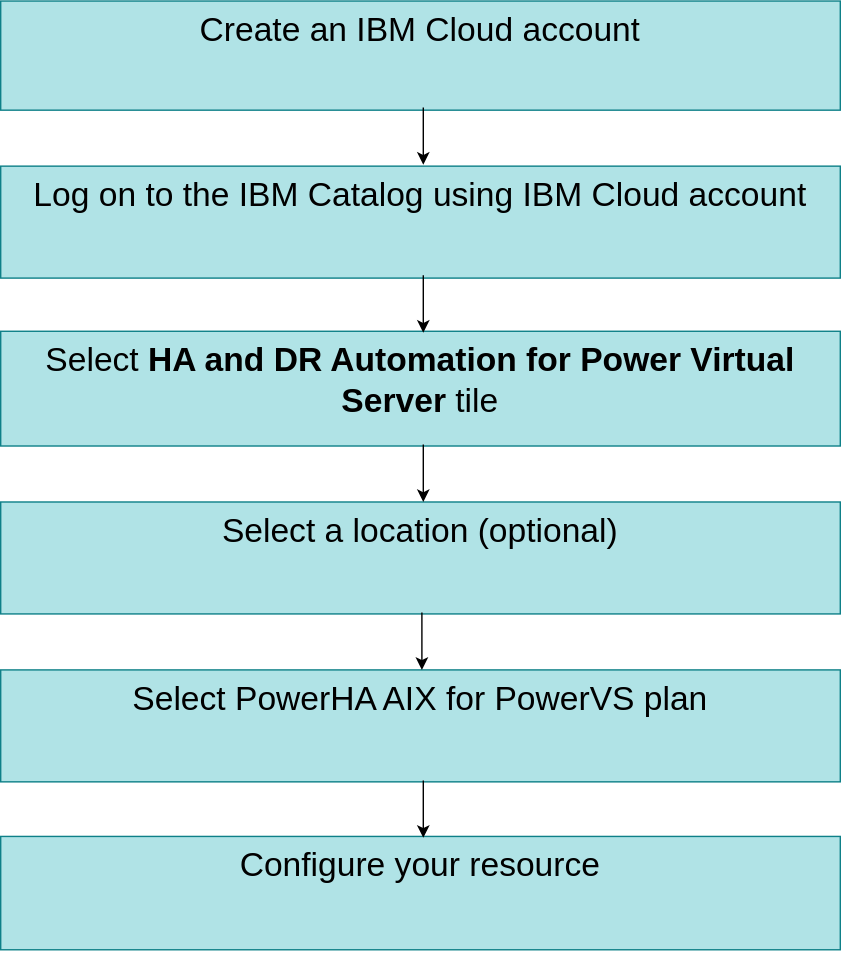
Before: images/Power-ha-suits-flow-diagram.svg, a diagram exported from draw.io (ibm-cloud-docs/dr-automation-powervs). Source tidied: cells renumbered, new cells last; positions are measured from the earlier drawing's top-left corner, leaving out a move shared by most shapes.
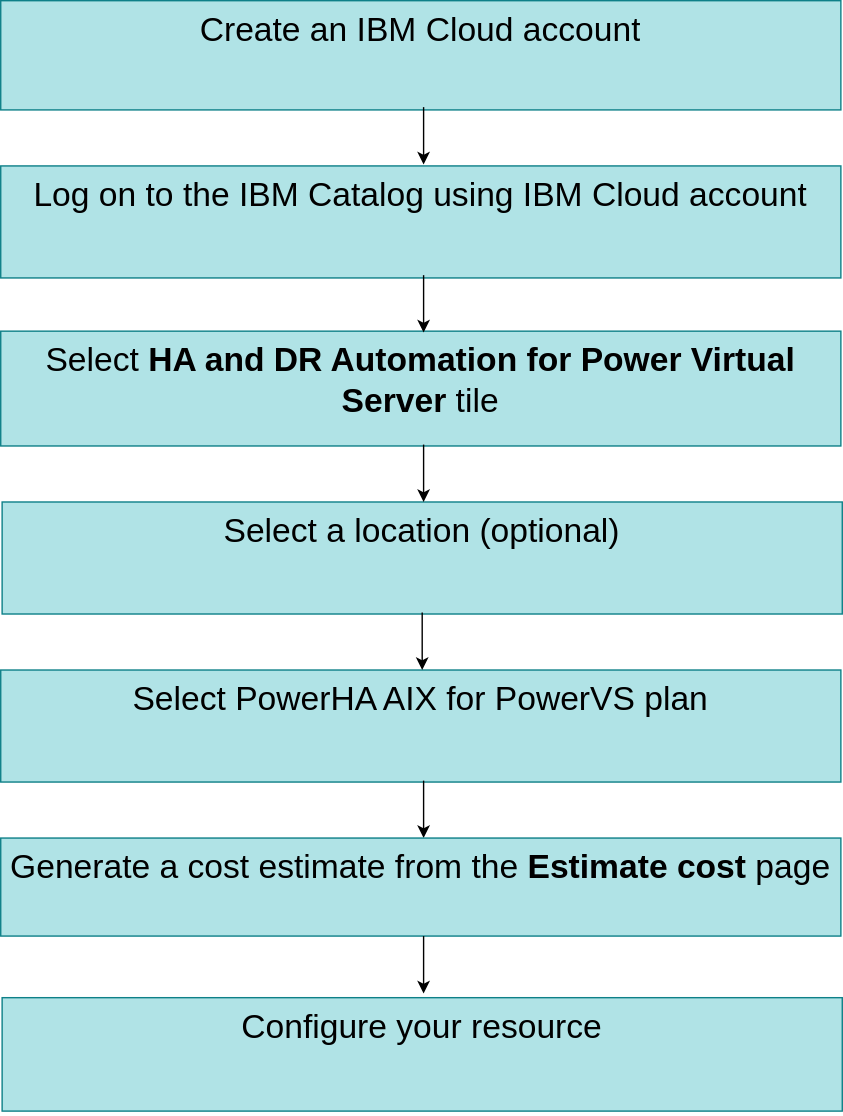
The same file after the commit.

What changed in the source:
```diff
@@ -12,13 +12,13 @@
       <mxGeometry y="478" width="600" height="80" as="geometry" />
     </mxCell>
     <mxCell id="5" value="&lt;font style=&quot;font-size: 24px;&quot;&gt;Configure your resource&lt;/font&gt;" style="text;html=1;whiteSpace=wrap;overflow=hidden;rounded=0;fillColor=#b0e3e6;strokeColor=#0e8088;align=center;" parent="1" vertex="1">
-      <mxGeometry y="597" width="600" height="81" as="geometry" />
+      <mxGeometry x="1" y="712" width="600" height="81" as="geometry" />
     </mxCell>
     <mxCell id="6" value="&lt;font style=&quot;font-size: 24px;&quot;&gt;Create an IBM Cloud account&lt;/font&gt;" style="text;html=1;whiteSpace=wrap;overflow=hidden;rounded=0;fillColor=#b0e3e6;strokeColor=#0e8088;align=center;" parent="1" vertex="1">
       <mxGeometry width="600" height="78" as="geometry" />
     </mxCell>
     <mxCell id="7" value="&lt;font style=&quot;font-size: 24px;&quot;&gt;Select a location (optional)&lt;/font&gt;" style="text;html=1;whiteSpace=wrap;overflow=hidden;rounded=0;fillColor=#b0e3e6;strokeColor=#0e8088;align=center;" parent="1" vertex="1">
-      <mxGeometry y="358" width="600" height="80" as="geometry" />
+      <mxGeometry x="1" y="358" width="600" height="80" as="geometry" />
     </mxCell>
     <mxCell id="8" style="endArrow=classic;html=1;rounded=0;" parent="1" edge="1">
       <mxGeometry relative="1" as="geometry">
@@ -50,5 +50,14 @@
         <mxPoint x="302" y="117" as="targetPoint" />
       </mxGeometry>
     </mxCell>
+    <mxCell id="13" value="&lt;font style=&quot;font-size: 24px;&quot;&gt;Generate a cost estimate from the &lt;b style=&quot;&quot;&gt;Estimate cost&lt;/b&gt; page&lt;/font&gt;" style="text;html=1;whiteSpace=wrap;overflow=hidden;rounded=0;fillColor=#b0e3e6;strokeColor=#0e8088;align=center;" parent="1" vertex="1">
+      <mxGeometry y="598" width="600" height="70" as="geometry" />
+    </mxCell>
+    <mxCell id="14" style="endArrow=classic;html=1;rounded=0;" parent="1" edge="1">
+      <mxGeometry relative="1" as="geometry">
+        <mxPoint x="302" y="668" as="sourcePoint" />
+        <mxPoint x="302" y="709" as="targetPoint" />
+      </mxGeometry>
+    </mxCell>
   </root>
 </mxGraphModel>
```
